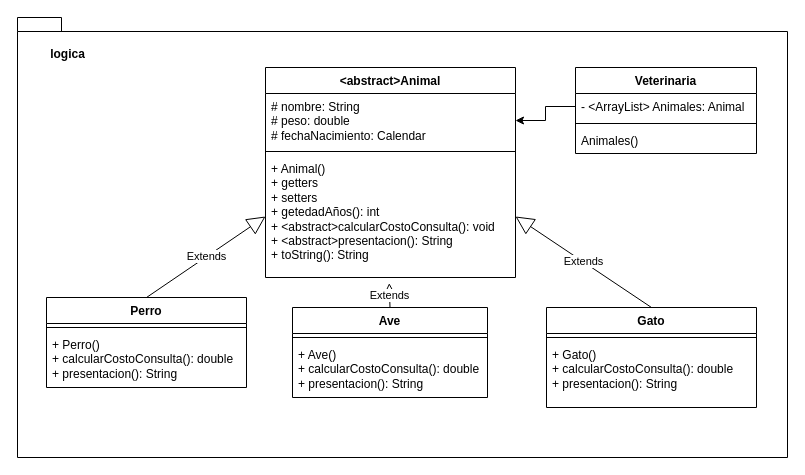
This is proVeterinaria_IVAN_SIERRA_ARRIETA_0222420035/src/UML_IVAN_SIERRA_ARRIETA_0222420035.drawio from Ivans0511/POO, a draw.io file, before an edit. Source tidied: cells renumbered, new cells numbered last; positions are measured from the earlier drawing's top-left corner, leaving out a move shared by most shapes. Both pictures are drawn from the tidied source at 100%, with x=0, y=0 at pixel (17, 17).
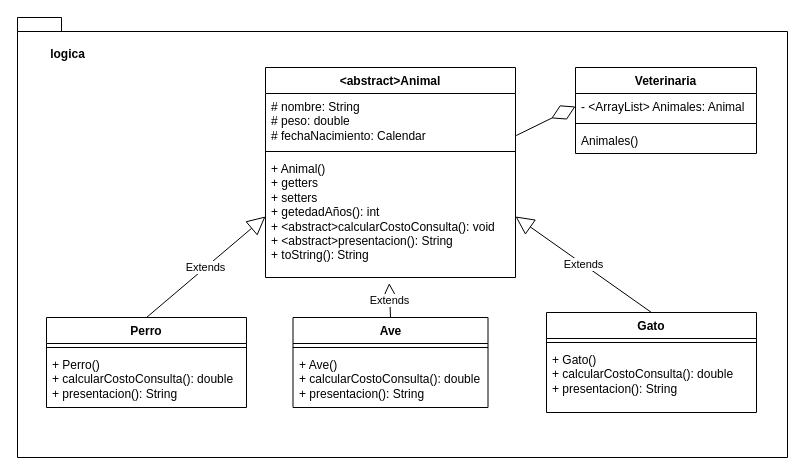
After the change.

Unchanged cells that the change refers to:
```xml
<mxCell id="4" value="# nombre: String&lt;div&gt;# peso: double&lt;/div&gt;&lt;div&gt;# fechaNacimiento: Calendar&lt;/div&gt;" style="text;strokeColor=none;fillColor=none;align=left;verticalAlign=top;spacingLeft=4;spacingRight=4;overflow=hidden;points=[[0,0.5],[1,0.5]];portConstraint=eastwest;whiteSpace=wrap;html=1;" parent="3" vertex="1">
  <mxGeometry y="26" width="250" height="54" as="geometry" />
</mxCell>
<mxCell id="21" value="- &amp;lt;ArrayList&amp;gt; Animales: Animal" style="text;strokeColor=none;fillColor=none;align=left;verticalAlign=top;spacingLeft=4;spacingRight=4;overflow=hidden;points=[[0,0.5],[1,0.5]];portConstraint=eastwest;whiteSpace=wrap;html=1;" parent="20" vertex="1">
  <mxGeometry y="26" width="181" height="26" as="geometry" />
</mxCell>
```

Change to the diagram source:
```diff
@@
     <mxCell id="7" value="Ave" style="swimlane;fontStyle=1;align=center;verticalAlign=top;horizontal=1;startSize=26;whiteSpace=wrap;html=1;" parent="1" vertex="1">
-      <mxGeometry x="275" y="290" width="195" height="90" as="geometry" />
+      <mxGeometry x="275.5" y="300" width="195" height="90" as="geometry" />
     </mxCell>
@@
     <mxCell id="10" value="Perro" style="swimlane;fontStyle=1;align=center;verticalAlign=top;horizontal=1;startSize=26;whiteSpace=wrap;html=1;" parent="1" vertex="1">
-      <mxGeometry x="29" y="280" width="200" height="90" as="geometry" />
+      <mxGeometry x="29" y="300" width="200" height="90" as="geometry" />
     </mxCell>
@@
     <mxCell id="13" value="Gato" style="swimlane;fontStyle=1;align=center;verticalAlign=top;horizontal=1;startSize=26;whiteSpace=wrap;html=1;" parent="1" vertex="1">
-      <mxGeometry x="529" y="290" width="210" height="100" as="geometry" />
+      <mxGeometry x="529" y="295" width="210" height="100" as="geometry" />
     </mxCell>
@@
-    <mxCell id="24" style="edgeStyle=orthogonalEdgeStyle;rounded=0;jettySize=auto;html=1;entryX=1;entryY=0.5;entryDx=0;entryDy=0;" parent="1" edge="1" source="21" target="4">
-      <mxGeometry relative="1" as="geometry" />
-    </mxCell>
+    <mxCell id="25" style="endArrow=diamondThin;endFill=0;endSize=24;html=1;rounded=0;entryX=0;entryY=0.5;entryDx=0;entryDy=0;exitX=1.003;exitY=0.778;exitDx=0;exitDy=0;exitPerimeter=0;" parent="1" edge="1" source="4" target="21">
+      <mxGeometry relative="1" as="geometry" />
+    </mxCell>
```
